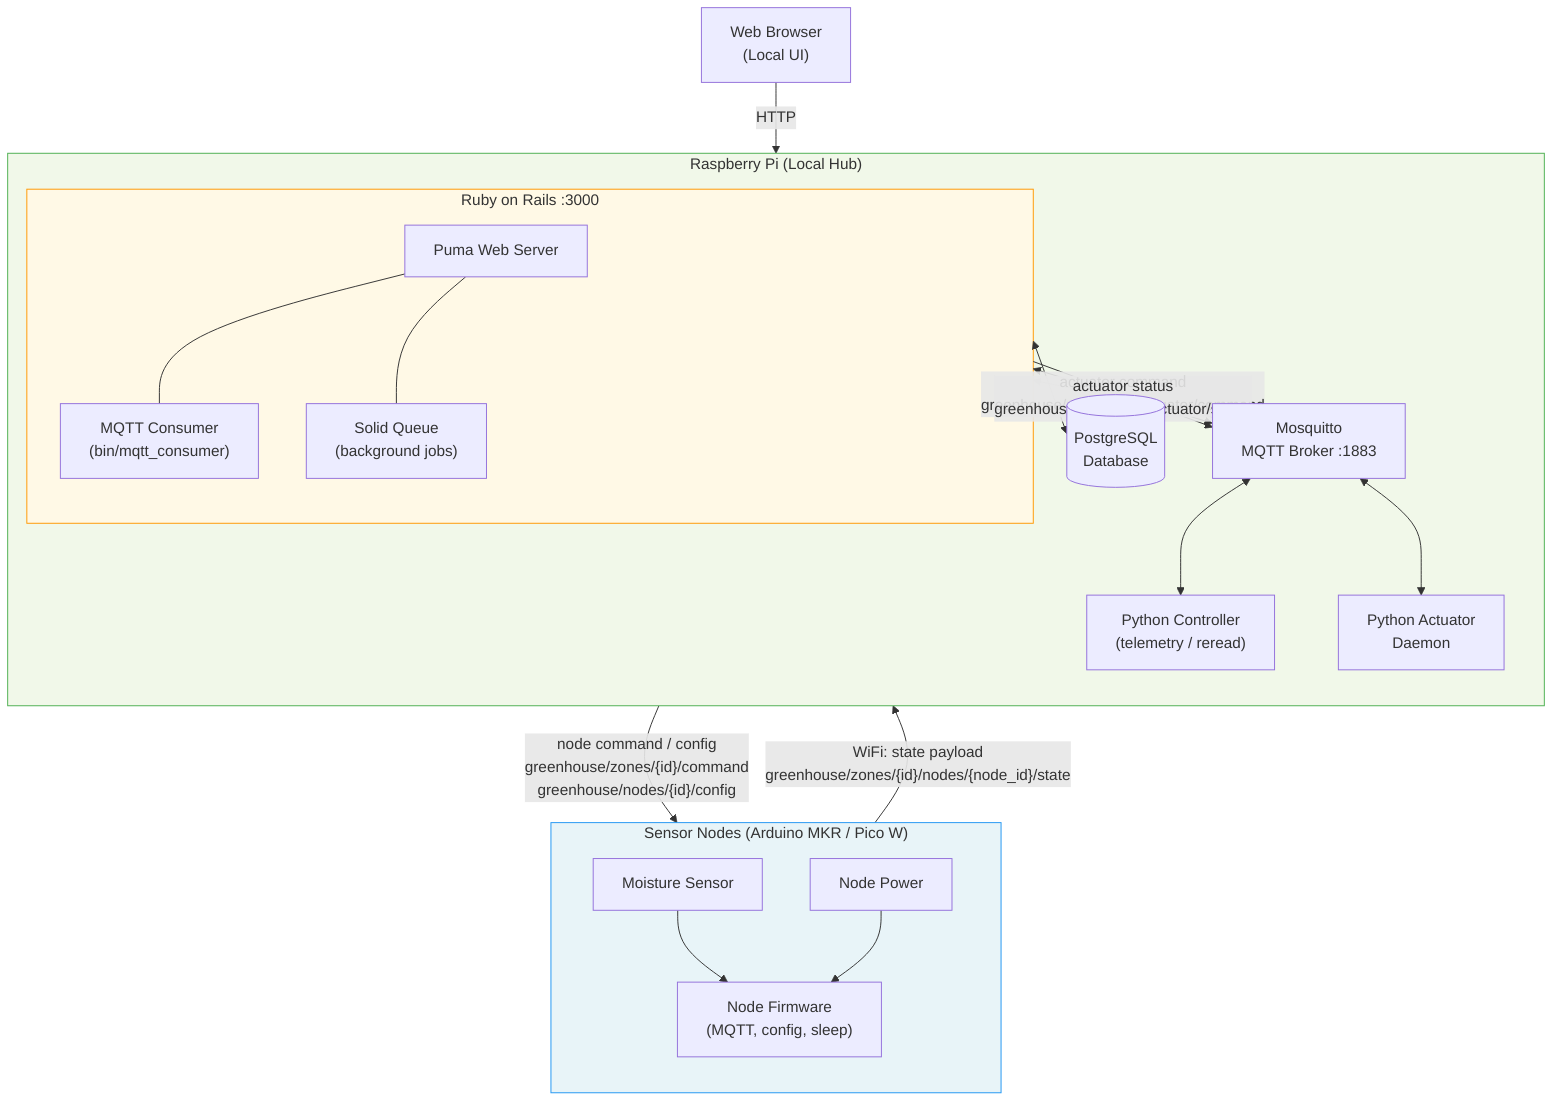
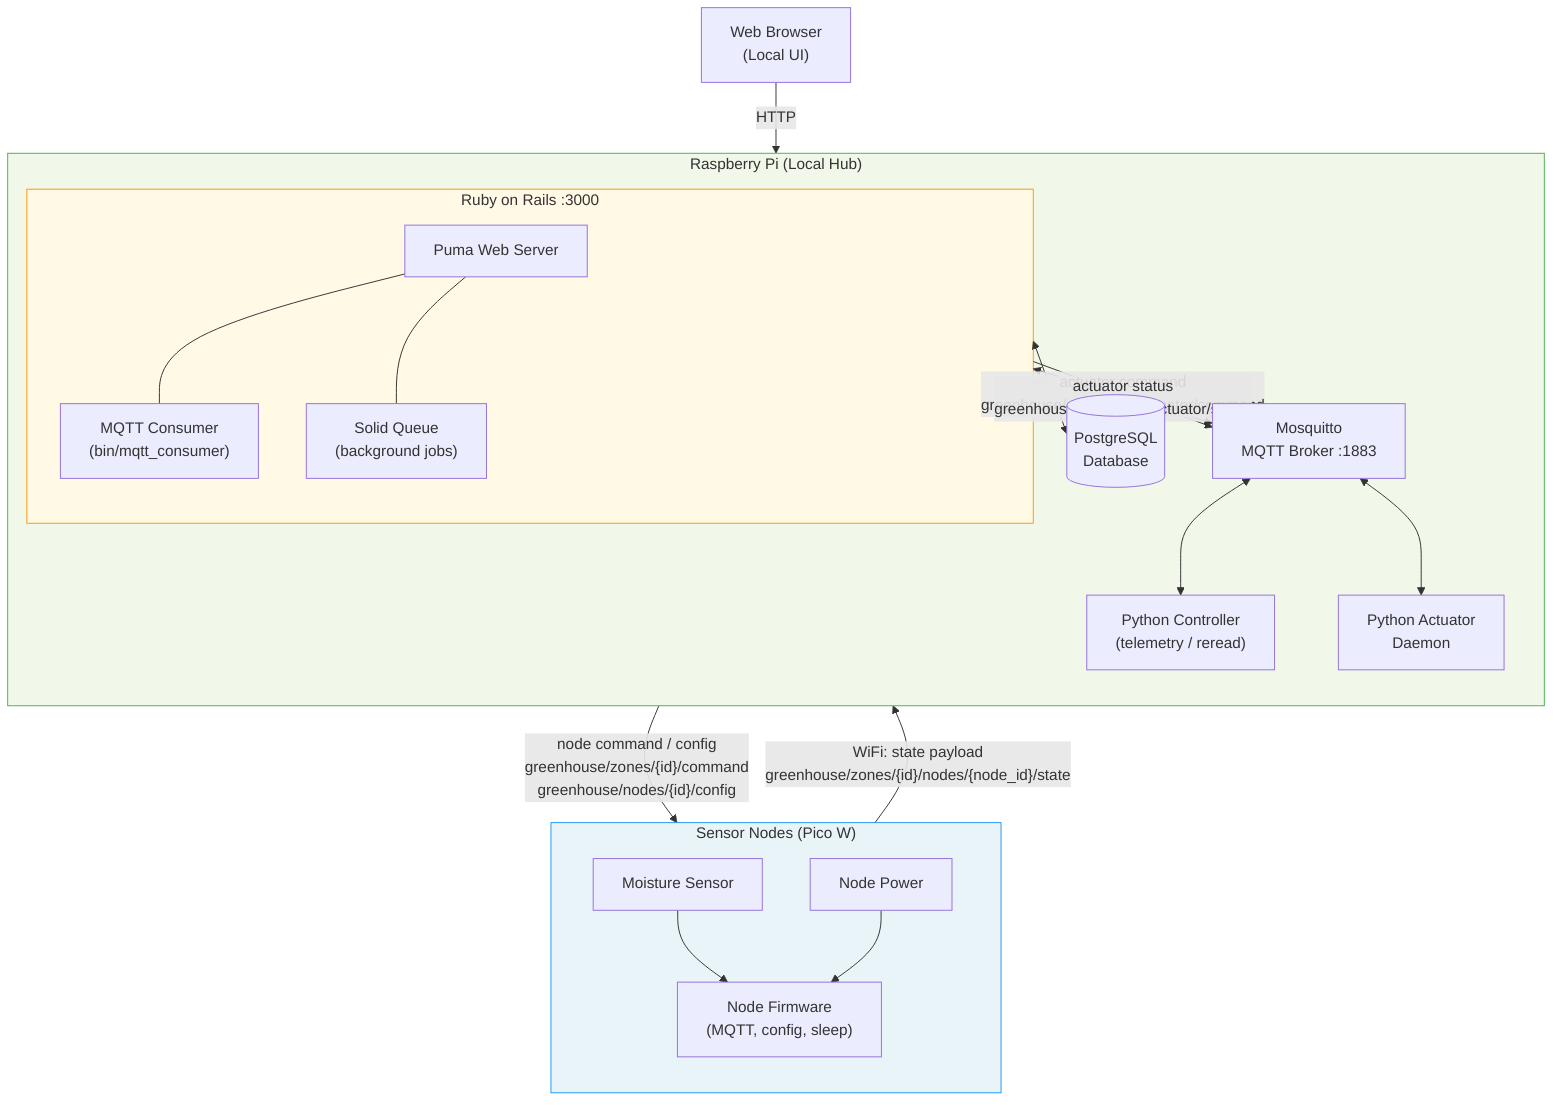
graph TB
-     subgraph Nodes["Sensor Nodes (Arduino MKR / Pico W)"]
+     subgraph Nodes["Sensor Nodes (Pico W)"]
        direction TB
        SENSOR["Moisture Sensor"]
        MCU["Node Firmware\n(MQTT, config, sleep)"]
        BATT["Node Power"]
        SENSOR --> MCU
        BATT --> MCU
    end

    subgraph Pi["Raspberry Pi (Local Hub)"]
        direction TB
        MQTT["Mosquitto\nMQTT Broker :1883"]

        subgraph Rails["Ruby on Rails :3000"]
            PUMA["Puma Web Server"]
            CONSUMER["MQTT Consumer\n(bin/mqtt_consumer)"]
            QUEUE["Solid Queue\n(background jobs)"]
            PUMA --- CONSUMER
            PUMA --- QUEUE
        end

        PYTHON["Python Controller\n(telemetry / reread)"]
        ACTUATOR["Python Actuator\nDaemon"]
        PG[("PostgreSQL\nDatabase")]

        MQTT <--> Rails
        MQTT <--> PYTHON
        MQTT <--> ACTUATOR
        Rails <--> PG
    end

    BROWSER["Web Browser\n(Local UI)"]

    MCU -->|"WiFi: state payload\ngreenhouse/zones/{id}/nodes/{node_id}/state"| MQTT
    MQTT -->|"node command / config\ngreenhouse/zones/{id}/command\ngreenhouse/nodes/{id}/config"| MCU
    Rails -->|"actuator command\ngreenhouse/zones/{id}/actuator/command"| MQTT
    MQTT -->|"actuator status\ngreenhouse/zones/{id}/actuator/status"| Rails
    BROWSER -->|"HTTP"| PUMA

    style Nodes fill:#e8f4f8,stroke:#2196F3
    style Pi fill:#f1f8e9,stroke:#4CAF50
    style Rails fill:#fff9e6,stroke:#FF9800
